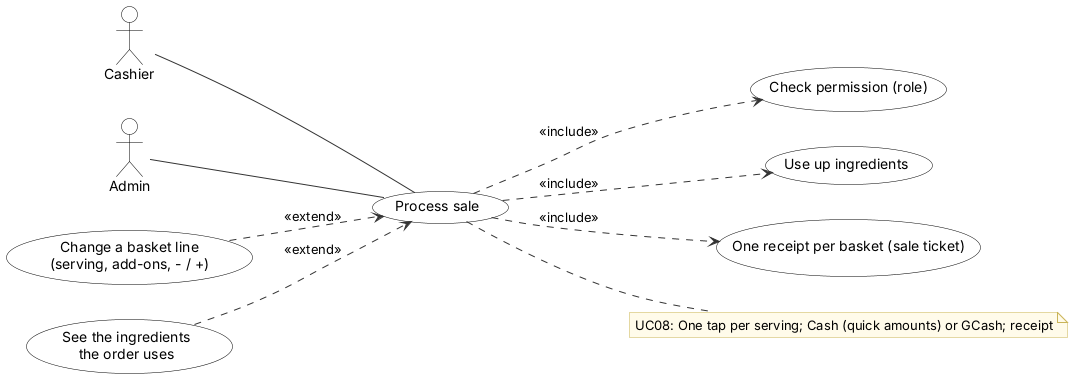
The PlantUML diagram diagrams/uml/14_UC08_process_sale.png in JmlAsync/inventory-pos-system, before a commit.
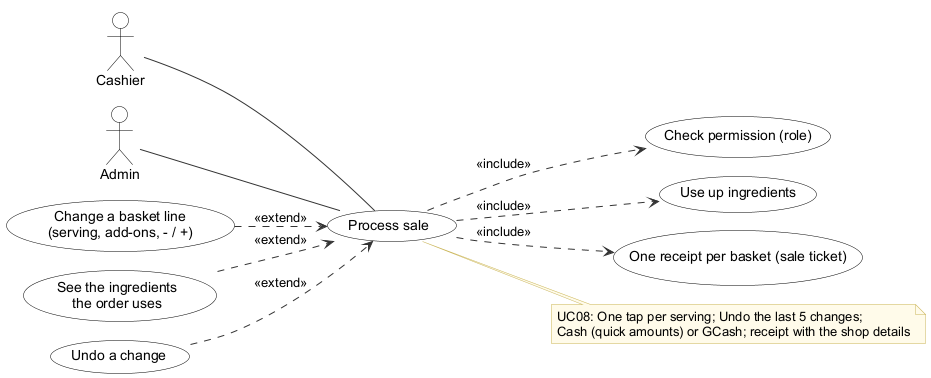
Later version of the same file.

Diff of the diagram source:
```diff
@@ -1,4 +1,5 @@
 @startuml
+!pragma layout smetana
 skinparam defaultFontName Arial
 skinparam shadowing false
 skinparam ArrowColor #333333
@@ -38,8 +39,8 @@
 hide circle
 
 left to right direction
-actor "Cashier" as Cashier
-actor "Admin" as Admin
+actor "Cashier" as A0
+actor "Admin" as A1
 usecase "Process sale" as U
 usecase "Check permission (role)" as I0
 U ..> I0 : <<include>>
@@ -47,13 +48,16 @@
 U ..> I1 : <<include>>
 usecase "One receipt per basket (sale ticket)" as I2
 U ..> I2 : <<include>>
-Cashier -- U
-Admin -- U
-usecase "Change a basket line\n(serving, add-ons, - / +)" as E1
-usecase "See the ingredients\nthe order uses" as E2
+usecase "Change a basket line\n(serving, add-ons, - / +)" as E0
+E0 ..> U : <<extend>>
+usecase "See the ingredients\nthe order uses" as E1
 E1 ..> U : <<extend>>
+usecase "Undo a change" as E2
 E2 ..> U : <<extend>>
+A0 -- U
+A1 -- U
 note right of U
-  UC08: One tap per serving; Cash (quick amounts) or GCash; receipt
+  UC08: One tap per serving; Undo the last 5 changes;
+  Cash (quick amounts) or GCash; receipt with the shop details
 end note
 @enduml
```
